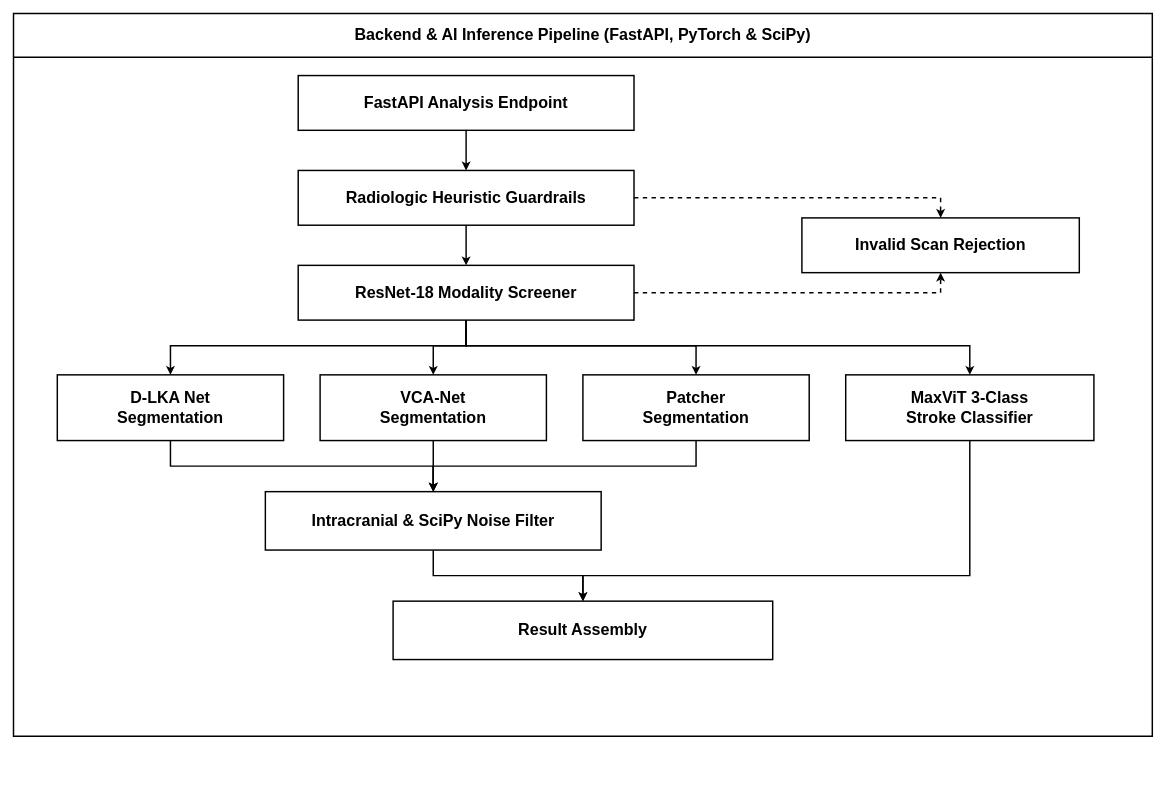
Above: 02-backend-ai-inference-pipeline.drawio in Cell1991/nu-stroke-scan (draw.io), before the change. Source tidied: cells renumbered, new cells numbered last; positions are measured from the earlier drawing's top-left corner, leaving out a move shared by most shapes. Both pictures are drawn from the tidied source at 73%, with x=0, y=0 at pixel (13, 13).
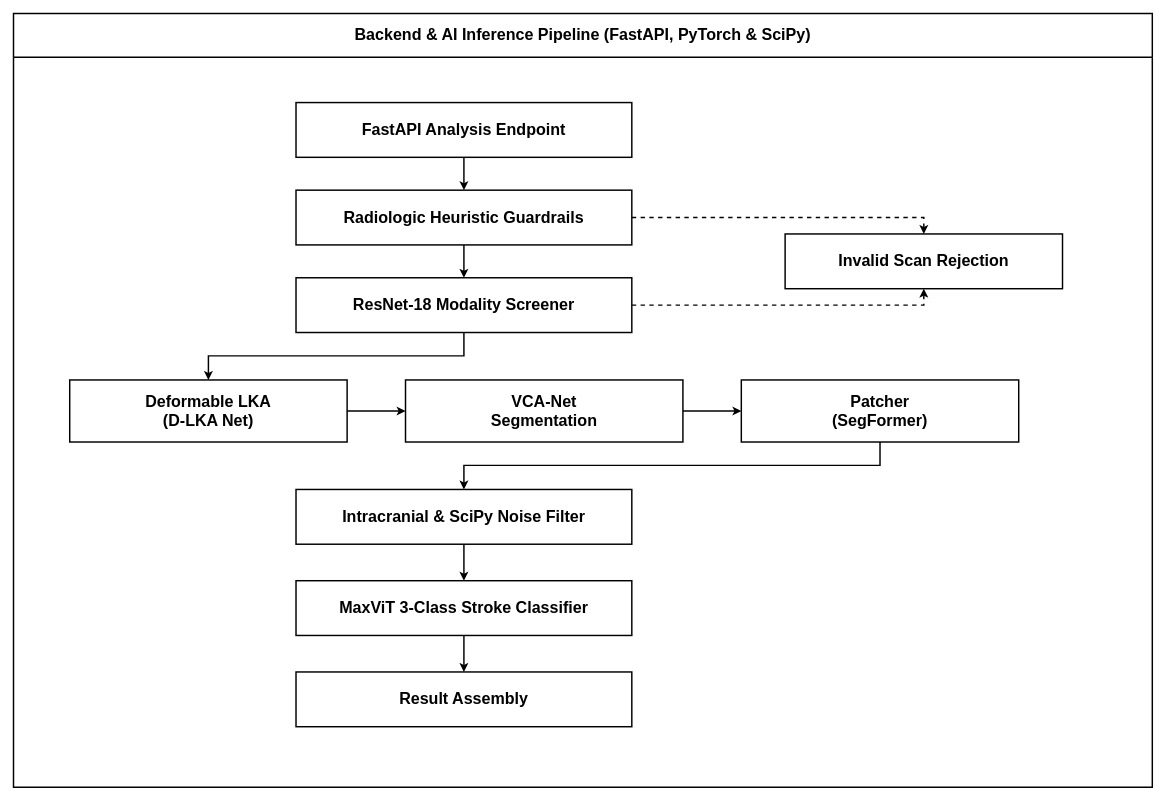
Above is the later version.

The edit, as a diff of the source:
```diff
@@
     <mxCell id="2" value="Backend &amp; AI Inference Pipeline (FastAPI, PyTorch &amp; SciPy)" style="swimlane;whiteSpace=wrap;html=1;startSize=60;fillColor=#FFFFFF;strokeColor=#000000;strokeWidth=2;fontColor=#000000;fontFamily=Arial,Helvetica,sans-serif;fontStyle=1;fontSize=22;rounded=0;" parent="1" vertex="1">
-      <mxGeometry width="1560" height="990" as="geometry" />
+      <mxGeometry width="1560" height="1060" as="geometry" />
     </mxCell>
-    <mxCell id="3" value="FastAPI Analysis Endpoint" style="rounded=0;whiteSpace=wrap;html=1;fillColor=#FFFFFF;strokeColor=#000000;strokeWidth=2;fontColor=#000000;fontFamily=Arial,Helvetica,sans-serif;fontStyle=1;fontSize=22;" parent="1" vertex="1">
-      <mxGeometry x="390" y="85" width="460" height="75" as="geometry" />
+    <mxCell id="3" value="FastAPI Analysis Endpoint" style="rounded=0;whiteSpace=wrap;html=1;fillColor=#FFFFFF;strokeColor=#000000;strokeWidth=2;fontColor=#000000;fontFamily=Arial,Helvetica,sans-serif;fontStyle=1;fontSize=22;" parent="2" vertex="1">
+      <mxGeometry x="387" y="122" width="460" height="75" as="geometry" />
     </mxCell>
-    <mxCell id="4" value="Radiologic Heuristic Guardrails" style="rounded=0;whiteSpace=wrap;html=1;fillColor=#FFFFFF;strokeColor=#000000;strokeWidth=2;fontColor=#000000;fontFamily=Arial,Helvetica,sans-serif;fontStyle=1;fontSize=22;" parent="1" vertex="1">
-      <mxGeometry x="390" y="215" width="460" height="75" as="geometry" />
+    <mxCell id="4" value="Radiologic Heuristic Guardrails" style="rounded=0;whiteSpace=wrap;html=1;fillColor=#FFFFFF;strokeColor=#000000;strokeWidth=2;fontColor=#000000;fontFamily=Arial,Helvetica,sans-serif;fontStyle=1;fontSize=22;" parent="2" vertex="1">
+      <mxGeometry x="387" y="242" width="460" height="75" as="geometry" />
     </mxCell>
-    <mxCell id="5" value="ResNet-18 Modality Screener" style="rounded=0;whiteSpace=wrap;html=1;fillColor=#FFFFFF;strokeColor=#000000;strokeWidth=2;fontColor=#000000;fontFamily=Arial,Helvetica,sans-serif;fontStyle=1;fontSize=22;" parent="1" vertex="1">
-      <mxGeometry x="390" y="345" width="460" height="75" as="geometry" />
+    <mxCell id="5" value="ResNet-18 Modality Screener" style="rounded=0;whiteSpace=wrap;html=1;fillColor=#FFFFFF;strokeColor=#000000;strokeWidth=2;fontColor=#000000;fontFamily=Arial,Helvetica,sans-serif;fontStyle=1;fontSize=22;" parent="2" vertex="1">
+      <mxGeometry x="387" y="362" width="460" height="75" as="geometry" />
     </mxCell>
-    <mxCell id="6" value="Invalid Scan Rejection" style="rounded=0;whiteSpace=wrap;html=1;fillColor=#FFFFFF;strokeColor=#000000;strokeWidth=2;fontColor=#000000;fontFamily=Arial,Helvetica,sans-serif;fontStyle=1;fontSize=22;" parent="1" vertex="1">
-      <mxGeometry x="1080" y="280" width="380" height="75" as="geometry" />
+    <mxCell id="6" value="Invalid Scan Rejection" style="rounded=0;whiteSpace=wrap;html=1;fillColor=#FFFFFF;strokeColor=#000000;strokeWidth=2;fontColor=#000000;fontFamily=Arial,Helvetica,sans-serif;fontStyle=1;fontSize=22;" parent="2" vertex="1">
+      <mxGeometry x="1057" y="302" width="380" height="75" as="geometry" />
     </mxCell>
-    <mxCell id="7" value="D-LKA Net&#10;Segmentation" style="rounded=0;whiteSpace=wrap;html=1;fillColor=#FFFFFF;strokeColor=#000000;strokeWidth=2;fontColor=#000000;fontFamily=Arial,Helvetica,sans-serif;fontStyle=1;fontSize=22;" parent="1" vertex="1">
-      <mxGeometry x="60" y="495" width="310" height="90" as="geometry" />
+    <mxCell id="7" value="Deformable LKA&#10;(D-LKA Net)" style="rounded=0;whiteSpace=wrap;html=1;fillColor=#FFFFFF;strokeColor=#000000;strokeWidth=2;fontColor=#000000;fontFamily=Arial,Helvetica,sans-serif;fontStyle=1;fontSize=22;" parent="2" vertex="1">
+      <mxGeometry x="77" y="502" width="380" height="85" as="geometry" />
     </mxCell>
-    <mxCell id="8" value="VCA-Net&#10;Segmentation" style="rounded=0;whiteSpace=wrap;html=1;fillColor=#FFFFFF;strokeColor=#000000;strokeWidth=2;fontColor=#000000;fontFamily=Arial,Helvetica,sans-serif;fontStyle=1;fontSize=22;" parent="1" vertex="1">
-      <mxGeometry x="420" y="495" width="310" height="90" as="geometry" />
+    <mxCell id="8" value="VCA-Net&#10;Segmentation" style="rounded=0;whiteSpace=wrap;html=1;fillColor=#FFFFFF;strokeColor=#000000;strokeWidth=2;fontColor=#000000;fontFamily=Arial,Helvetica,sans-serif;fontStyle=1;fontSize=22;" parent="2" vertex="1">
+      <mxGeometry x="537" y="502" width="380" height="85" as="geometry" />
     </mxCell>
-    <mxCell id="9" value="Patcher&#10;Segmentation" style="rounded=0;whiteSpace=wrap;html=1;fillColor=#FFFFFF;strokeColor=#000000;strokeWidth=2;fontColor=#000000;fontFamily=Arial,Helvetica,sans-serif;fontStyle=1;fontSize=22;" parent="1" vertex="1">
-      <mxGeometry x="780" y="495" width="310" height="90" as="geometry" />
+    <mxCell id="9" value="Patcher&#10;(SegFormer)" style="rounded=0;whiteSpace=wrap;html=1;fillColor=#FFFFFF;strokeColor=#000000;strokeWidth=2;fontColor=#000000;fontFamily=Arial,Helvetica,sans-serif;fontStyle=1;fontSize=22;" parent="2" vertex="1">
+      <mxGeometry x="997" y="502" width="380" height="85" as="geometry" />
     </mxCell>
+    <mxCell id="11" value="Intracranial &amp; SciPy Noise Filter" style="rounded=0;whiteSpace=wrap;html=1;fillColor=#FFFFFF;strokeColor=#000000;strokeWidth=2;fontColor=#000000;fontFamily=Arial,Helvetica,sans-serif;fontStyle=1;fontSize=22;" parent="2" vertex="1">
+      <mxGeometry x="387" y="652" width="460" height="75" as="geometry" />
+    </mxCell>
-    <mxCell id="10" value="MaxViT 3-Class&#10;Stroke Classifier" style="rounded=0;whiteSpace=wrap;html=1;fillColor=#FFFFFF;strokeColor=#000000;strokeWidth=2;fontColor=#000000;fontFamily=Arial,Helvetica,sans-serif;fontStyle=1;fontSize=22;" parent="1" vertex="1">
-      <mxGeometry x="1140" y="495" width="340" height="90" as="geometry" />
+    <mxCell id="10" value="MaxViT 3-Class Stroke Classifier" style="rounded=0;whiteSpace=wrap;html=1;fillColor=#FFFFFF;strokeColor=#000000;strokeWidth=2;fontColor=#000000;fontFamily=Arial,Helvetica,sans-serif;fontStyle=1;fontSize=22;" parent="2" vertex="1">
+      <mxGeometry x="387" y="777" width="460" height="75" as="geometry" />
     </mxCell>
-    <mxCell id="11" value="Intracranial &amp; SciPy Noise Filter" style="rounded=0;whiteSpace=wrap;html=1;fillColor=#FFFFFF;strokeColor=#000000;strokeWidth=2;fontColor=#000000;fontFamily=Arial,Helvetica,sans-serif;fontStyle=1;fontSize=22;" parent="1" vertex="1">
-      <mxGeometry x="345" y="655" width="460" height="80" as="geometry" />
-    </mxCell>
-    <mxCell id="12" value="Result Assembly" style="rounded=0;whiteSpace=wrap;html=1;fillColor=#FFFFFF;strokeColor=#000000;strokeWidth=2;fontColor=#000000;fontFamily=Arial,Helvetica,sans-serif;fontStyle=1;fontSize=22;" parent="1" vertex="1">
-      <mxGeometry x="520" y="805" width="520" height="80" as="geometry" />
+    <mxCell id="12" value="Result Assembly" style="rounded=0;whiteSpace=wrap;html=1;fillColor=#FFFFFF;strokeColor=#000000;strokeWidth=2;fontColor=#000000;fontFamily=Arial,Helvetica,sans-serif;fontStyle=1;fontSize=22;" parent="2" vertex="1">
+      <mxGeometry x="387" y="902" width="460" height="75" as="geometry" />
     </mxCell>
-    <mxCell id="13" style="edgeStyle=orthogonalEdgeStyle;rounded=0;jettySize=auto;html=1;strokeColor=#000000;strokeWidth=2;exitX=0.5;exitY=1;exitDx=0;exitDy=0;entryX=0.5;entryY=0;entryDx=0;entryDy=0;" parent="1" edge="1" source="3" target="4">
+    <mxCell id="13" style="edgeStyle=orthogonalEdgeStyle;rounded=0;jettySize=auto;html=1;strokeColor=#000000;strokeWidth=2;exitX=0.5;exitY=1;exitDx=0;exitDy=0;entryX=0.5;entryY=0;entryDx=0;entryDy=0;" parent="2" edge="1" source="3" target="4">
       <mxGeometry relative="1" as="geometry" />
     </mxCell>
-    <mxCell id="14" style="edgeStyle=orthogonalEdgeStyle;rounded=0;jettySize=auto;html=1;strokeColor=#000000;strokeWidth=2;exitX=0.5;exitY=1;exitDx=0;exitDy=0;entryX=0.5;entryY=0;entryDx=0;entryDy=0;" parent="1" edge="1" source="4" target="5">
+    <mxCell id="14" style="edgeStyle=orthogonalEdgeStyle;rounded=0;jettySize=auto;html=1;strokeColor=#000000;strokeWidth=2;exitX=0.5;exitY=1;exitDx=0;exitDy=0;entryX=0.5;entryY=0;entryDx=0;entryDy=0;" parent="2" edge="1" source="4" target="5">
       <mxGeometry relative="1" as="geometry" />
     </mxCell>
-    <mxCell id="15" style="edgeStyle=orthogonalEdgeStyle;rounded=0;jettySize=auto;html=1;strokeColor=#000000;strokeWidth=2;dashed=1;exitX=1;exitY=0.5;exitDx=0;exitDy=0;entryX=0.5;entryY=0;entryDx=0;entryDy=0;" parent="1" edge="1" source="4" target="6">
+    <mxCell id="15" style="edgeStyle=orthogonalEdgeStyle;rounded=0;jettySize=auto;html=1;strokeColor=#000000;strokeWidth=2;dashed=1;exitX=1;exitY=0.5;exitDx=0;exitDy=0;entryX=0.5;entryY=0;entryDx=0;entryDy=0;" parent="2" edge="1" source="4" target="6">
       <mxGeometry relative="1" as="geometry">
         <Array as="points">
-          <mxPoint x="1270" y="253" />
+          <mxPoint x="1247" y="280" />
         </Array>
       </mxGeometry>
     </mxCell>
-    <mxCell id="16" style="edgeStyle=orthogonalEdgeStyle;rounded=0;jettySize=auto;html=1;strokeColor=#000000;strokeWidth=2;dashed=1;exitX=1;exitY=0.5;exitDx=0;exitDy=0;entryX=0.5;entryY=1;entryDx=0;entryDy=0;" parent="1" edge="1" source="5" target="6">
+    <mxCell id="16" style="edgeStyle=orthogonalEdgeStyle;rounded=0;jettySize=auto;html=1;strokeColor=#000000;strokeWidth=2;dashed=1;exitX=1;exitY=0.5;exitDx=0;exitDy=0;entryX=0.5;entryY=1;entryDx=0;entryDy=0;" parent="2" edge="1" source="5" target="6">
       <mxGeometry relative="1" as="geometry">
         <Array as="points">
-          <mxPoint x="1270" y="383" />
+          <mxPoint x="1247" y="400" />
         </Array>
       </mxGeometry>
     </mxCell>
-    <mxCell id="17" style="edgeStyle=orthogonalEdgeStyle;rounded=0;jettySize=auto;html=1;strokeColor=#000000;strokeWidth=2;exitX=0.5;exitY=1;exitDx=0;exitDy=0;entryX=0.5;entryY=0;entryDx=0;entryDy=0;" parent="1" edge="1" source="5" target="7">
+    <mxCell id="17" style="edgeStyle=orthogonalEdgeStyle;rounded=0;jettySize=auto;html=1;strokeColor=#000000;strokeWidth=2;exitX=0.5;exitY=1;exitDx=0;exitDy=0;entryX=0.5;entryY=0;entryDx=0;entryDy=0;" parent="2" edge="1" source="5" target="7">
       <mxGeometry relative="1" as="geometry">
         <Array as="points">
-          <mxPoint x="620" y="455" />
-          <mxPoint x="215" y="455" />
+          <mxPoint x="617" y="469" />
+          <mxPoint x="267" y="469" />
         </Array>
       </mxGeometry>
     </mxCell>
-    <mxCell id="18" style="edgeStyle=orthogonalEdgeStyle;rounded=0;jettySize=auto;html=1;strokeColor=#000000;strokeWidth=2;exitX=0.5;exitY=1;exitDx=0;exitDy=0;entryX=0.5;entryY=0;entryDx=0;entryDy=0;" parent="1" edge="1" source="5" target="8">
-      <mxGeometry relative="1" as="geometry">
-        <Array as="points">
-          <mxPoint x="620" y="455" />
-          <mxPoint x="575" y="455" />
-        </Array>
-      </mxGeometry>
-    </mxCell>
-    <mxCell id="19" style="edgeStyle=orthogonalEdgeStyle;rounded=0;jettySize=auto;html=1;strokeColor=#000000;strokeWidth=2;exitX=0.5;exitY=1;exitDx=0;exitDy=0;entryX=0.5;entryY=0;entryDx=0;entryDy=0;" parent="1" edge="1" source="5" target="9">
-      <mxGeometry relative="1" as="geometry">
-        <Array as="points">
-          <mxPoint x="620" y="455" />
-          <mxPoint x="935" y="455" />
-        </Array>
-      </mxGeometry>
-    </mxCell>
-    <mxCell id="20" style="edgeStyle=orthogonalEdgeStyle;rounded=0;jettySize=auto;html=1;strokeColor=#000000;strokeWidth=2;exitX=0.5;exitY=1;exitDx=0;exitDy=0;entryX=0.5;entryY=0;entryDx=0;entryDy=0;" parent="1" edge="1" source="5" target="10">
-      <mxGeometry relative="1" as="geometry">
-        <Array as="points">
-          <mxPoint x="620" y="455" />
-          <mxPoint x="1310" y="455" />
-        </Array>
-      </mxGeometry>
-    </mxCell>
-    <mxCell id="21" style="edgeStyle=orthogonalEdgeStyle;rounded=0;jettySize=auto;html=1;strokeColor=#000000;strokeWidth=2;exitX=0.5;exitY=1;exitDx=0;exitDy=0;entryX=0.5;entryY=0;entryDx=0;entryDy=0;" parent="1" edge="1" source="7" target="11">
-      <mxGeometry relative="1" as="geometry">
-        <Array as="points">
-          <mxPoint x="215" y="620" />
-          <mxPoint x="575" y="620" />
-        </Array>
-      </mxGeometry>
-    </mxCell>
-    <mxCell id="22" style="edgeStyle=orthogonalEdgeStyle;rounded=0;jettySize=auto;html=1;strokeColor=#000000;strokeWidth=2;exitX=0.5;exitY=1;exitDx=0;exitDy=0;entryX=0.5;entryY=0;entryDx=0;entryDy=0;" parent="1" edge="1" source="8" target="11">
-      <mxGeometry relative="1" as="geometry" />
-    </mxCell>
+    <mxCell id="26" style="edgeStyle=orthogonalEdgeStyle;rounded=0;jettySize=auto;html=1;strokeColor=#000000;strokeWidth=2;exitX=1;exitY=0.5;exitDx=0;exitDy=0;entryX=0;entryY=0.5;entryDx=0;entryDy=0;" parent="2" edge="1" source="7" target="8">
+      <mxGeometry relative="1" as="geometry" />
+    </mxCell>
+    <mxCell id="27" style="edgeStyle=orthogonalEdgeStyle;rounded=0;jettySize=auto;html=1;strokeColor=#000000;strokeWidth=2;exitX=1;exitY=0.5;exitDx=0;exitDy=0;entryX=0;entryY=0.5;entryDx=0;entryDy=0;" parent="2" edge="1" source="8" target="9">
+      <mxGeometry relative="1" as="geometry" />
+    </mxCell>
-    <mxCell id="23" style="edgeStyle=orthogonalEdgeStyle;rounded=0;jettySize=auto;html=1;strokeColor=#000000;strokeWidth=2;exitX=0.5;exitY=1;exitDx=0;exitDy=0;entryX=0.5;entryY=0;entryDx=0;entryDy=0;" parent="1" edge="1" source="9" target="11">
+    <mxCell id="23" style="edgeStyle=orthogonalEdgeStyle;rounded=0;jettySize=auto;html=1;strokeColor=#000000;strokeWidth=2;exitX=0.5;exitY=1;exitDx=0;exitDy=0;entryX=0.5;entryY=0;entryDx=0;entryDy=0;" parent="2" edge="1" source="9" target="11">
       <mxGeometry relative="1" as="geometry">
         <Array as="points">
-          <mxPoint x="935" y="620" />
-          <mxPoint x="575" y="620" />
+          <mxPoint x="1187" y="619" />
+          <mxPoint x="617" y="619" />
         </Array>
       </mxGeometry>
     </mxCell>
-    <mxCell id="24" style="edgeStyle=orthogonalEdgeStyle;rounded=0;jettySize=auto;html=1;strokeColor=#000000;strokeWidth=2;exitX=0.5;exitY=1;exitDx=0;exitDy=0;entryX=0.5;entryY=0;entryDx=0;entryDy=0;" parent="1" edge="1" source="11" target="12">
-      <mxGeometry relative="1" as="geometry">
-        <Array as="points">
-          <mxPoint x="575" y="770" />
-          <mxPoint x="780" y="770" />
-        </Array>
-      </mxGeometry>
-    </mxCell>
+    <mxCell id="28" style="edgeStyle=orthogonalEdgeStyle;rounded=0;jettySize=auto;html=1;strokeColor=#000000;strokeWidth=2;exitX=0.5;exitY=1;exitDx=0;exitDy=0;entryX=0.5;entryY=0;entryDx=0;entryDy=0;" parent="2" edge="1" source="11" target="10">
+      <mxGeometry relative="1" as="geometry" />
+    </mxCell>
-    <mxCell id="25" style="edgeStyle=orthogonalEdgeStyle;rounded=0;jettySize=auto;html=1;strokeColor=#000000;strokeWidth=2;exitX=0.5;exitY=1;exitDx=0;exitDy=0;entryX=0.5;entryY=0;entryDx=0;entryDy=0;" parent="1" edge="1" source="10" target="12">
-      <mxGeometry relative="1" as="geometry">
-        <Array as="points">
-          <mxPoint x="1310" y="770" />
-          <mxPoint x="780" y="770" />
-        </Array>
-      </mxGeometry>
+    <mxCell id="25" style="edgeStyle=orthogonalEdgeStyle;rounded=0;jettySize=auto;html=1;strokeColor=#000000;strokeWidth=2;exitX=0.5;exitY=1;exitDx=0;exitDy=0;entryX=0.5;entryY=0;entryDx=0;entryDy=0;" parent="2" edge="1" source="10" target="12">
+      <mxGeometry relative="1" as="geometry" />
     </mxCell>
```
